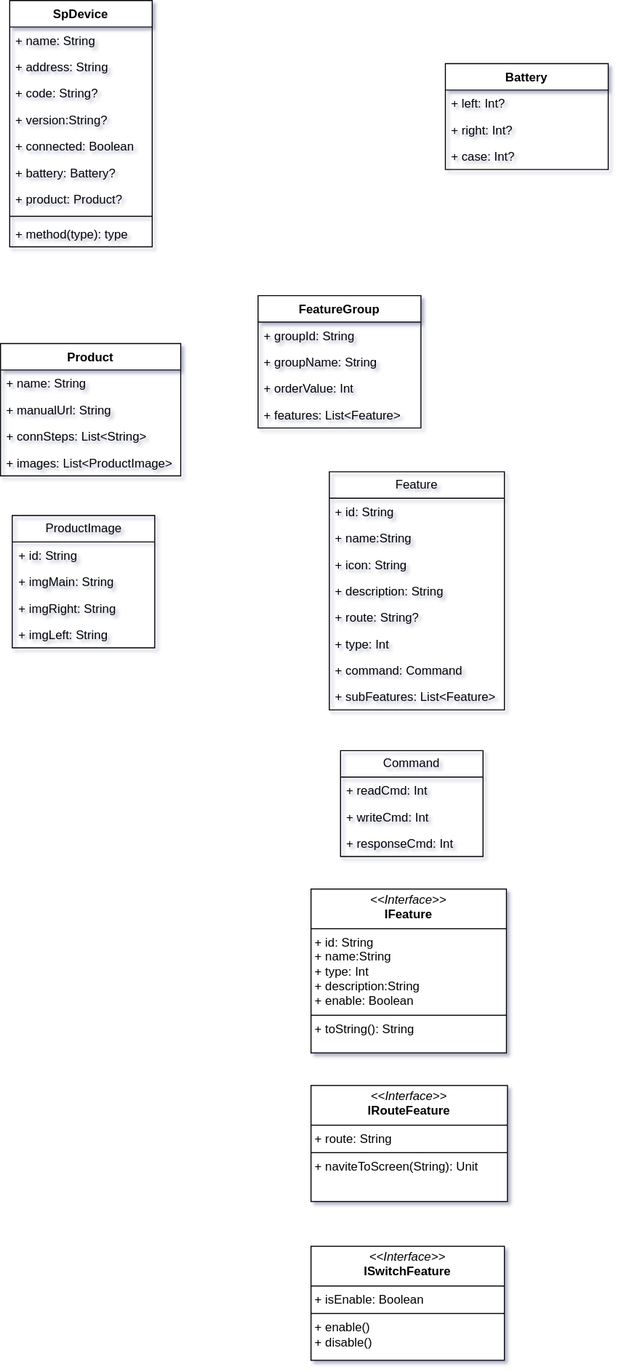
Before: 未命名绘图.drawio.svg, a diagram exported from draw.io (kekemao00/draw-libs). Source tidied: cells renumbered, new cells last; positions are measured from the earlier drawing's top-left corner, leaving out a move shared by most shapes.
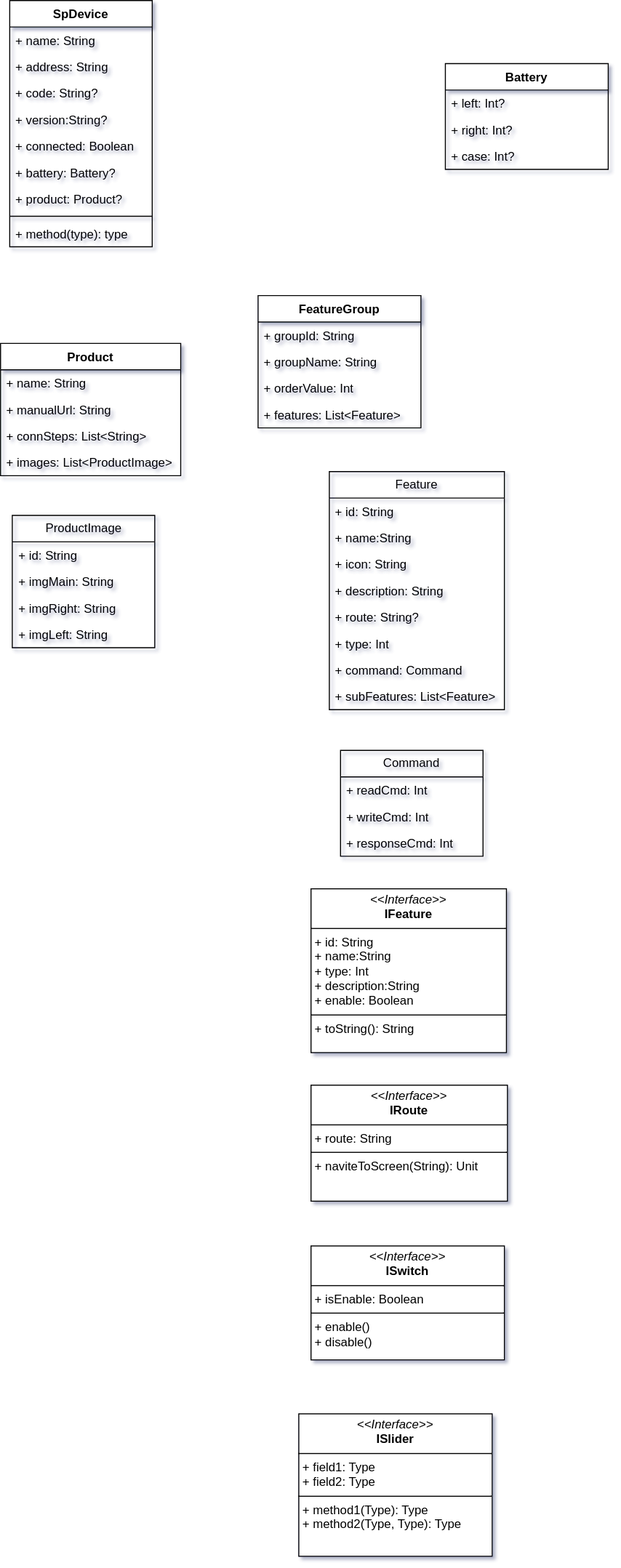
After the commit.

Commit message:
更新未命名绘图.drawio.svg

The edit, as a diff of the source:
```diff
@@ -131,11 +131,14 @@
     <mxCell id="44" value="&lt;p style=&quot;margin:0px;margin-top:4px;text-align:center;&quot;&gt;&lt;i&gt;&amp;lt;&amp;lt;Interface&amp;gt;&amp;gt;&lt;/i&gt;&lt;br&gt;&lt;b&gt;IFeature&lt;/b&gt;&lt;/p&gt;&lt;hr size=&quot;1&quot; style=&quot;border-style:solid;&quot;&gt;&lt;p style=&quot;margin:0px;margin-left:4px;&quot;&gt;+ id: String&lt;br&gt;+ name:String&lt;br&gt;+ type: Int&lt;br&gt;+ description:String&lt;br&gt;+&amp;nbsp;enable: Boolean&lt;/p&gt;&lt;hr size=&quot;1&quot; style=&quot;border-style:solid;&quot;&gt;&lt;p style=&quot;margin:0px;margin-left:4px;&quot;&gt;+ toString(): String&lt;br&gt;&lt;/p&gt;" style="verticalAlign=top;align=left;overflow=fill;html=1;whiteSpace=wrap;" parent="1" vertex="1">
       <mxGeometry x="305" y="873" width="192" height="161" as="geometry" />
     </mxCell>
-    <mxCell id="45" value="&lt;p style=&quot;margin:0px;margin-top:4px;text-align:center;&quot;&gt;&lt;i&gt;&amp;lt;&amp;lt;Interface&amp;gt;&amp;gt;&lt;/i&gt;&lt;br&gt;&lt;b&gt;ISwitchFeature&lt;/b&gt;&lt;/p&gt;&lt;hr size=&quot;1&quot; style=&quot;border-style:solid;&quot;&gt;&lt;p style=&quot;margin:0px;margin-left:4px;&quot;&gt;+ isEnable: Boolean&lt;br&gt;&lt;/p&gt;&lt;hr size=&quot;1&quot; style=&quot;border-style:solid;&quot;&gt;&lt;p style=&quot;margin:0px;margin-left:4px;&quot;&gt;+ enable()&lt;br&gt;+ disable()&lt;/p&gt;" style="verticalAlign=top;align=left;overflow=fill;html=1;whiteSpace=wrap;" parent="1" vertex="1">
+    <mxCell id="45" value="&lt;p style=&quot;margin:0px;margin-top:4px;text-align:center;&quot;&gt;&lt;i&gt;&amp;lt;&amp;lt;Interface&amp;gt;&amp;gt;&lt;/i&gt;&lt;br&gt;&lt;b&gt;ISwitch&lt;/b&gt;&lt;/p&gt;&lt;hr size=&quot;1&quot; style=&quot;border-style:solid;&quot;&gt;&lt;p style=&quot;margin:0px;margin-left:4px;&quot;&gt;+ isEnable: Boolean&lt;br&gt;&lt;/p&gt;&lt;hr size=&quot;1&quot; style=&quot;border-style:solid;&quot;&gt;&lt;p style=&quot;margin:0px;margin-left:4px;&quot;&gt;+ enable()&lt;br&gt;+ disable()&lt;/p&gt;" style="verticalAlign=top;align=left;overflow=fill;html=1;whiteSpace=wrap;" parent="1" vertex="1">
       <mxGeometry x="305" y="1224" width="190" height="112" as="geometry" />
     </mxCell>
-    <mxCell id="46" value="&lt;p style=&quot;margin:0px;margin-top:4px;text-align:center;&quot;&gt;&lt;i&gt;&amp;lt;&amp;lt;Interface&amp;gt;&amp;gt;&lt;/i&gt;&lt;br&gt;&lt;b&gt;IRouteFeature&lt;/b&gt;&lt;/p&gt;&lt;hr size=&quot;1&quot; style=&quot;border-style:solid;&quot;&gt;&lt;p style=&quot;margin:0px;margin-left:4px;&quot;&gt;+ route: String&lt;/p&gt;&lt;hr size=&quot;1&quot; style=&quot;border-style:solid;&quot;&gt;&lt;p style=&quot;margin:0px;margin-left:4px;&quot;&gt;+ naviteToScreen(String): Unit&lt;br&gt;&lt;/p&gt;" style="verticalAlign=top;align=left;overflow=fill;html=1;whiteSpace=wrap;" parent="1" vertex="1">
+    <mxCell id="46" value="&lt;p style=&quot;margin:0px;margin-top:4px;text-align:center;&quot;&gt;&lt;i&gt;&amp;lt;&amp;lt;Interface&amp;gt;&amp;gt;&lt;/i&gt;&lt;br&gt;&lt;b&gt;IRoute&lt;/b&gt;&lt;/p&gt;&lt;hr size=&quot;1&quot; style=&quot;border-style:solid;&quot;&gt;&lt;p style=&quot;margin:0px;margin-left:4px;&quot;&gt;+ route: String&lt;/p&gt;&lt;hr size=&quot;1&quot; style=&quot;border-style:solid;&quot;&gt;&lt;p style=&quot;margin:0px;margin-left:4px;&quot;&gt;+ naviteToScreen(String): Unit&lt;br&gt;&lt;/p&gt;" style="verticalAlign=top;align=left;overflow=fill;html=1;whiteSpace=wrap;" parent="1" vertex="1">
       <mxGeometry x="305" y="1066" width="193" height="114" as="geometry" />
     </mxCell>
+    <mxCell id="47" value="&lt;p style=&quot;margin:0px;margin-top:4px;text-align:center;&quot;&gt;&lt;i&gt;&amp;lt;&amp;lt;Interface&amp;gt;&amp;gt;&lt;/i&gt;&lt;br&gt;&lt;b&gt;ISlider&lt;/b&gt;&lt;/p&gt;&lt;hr size=&quot;1&quot; style=&quot;border-style:solid;&quot;&gt;&lt;p style=&quot;margin:0px;margin-left:4px;&quot;&gt;+ field1: Type&lt;br&gt;+ field2: Type&lt;/p&gt;&lt;hr size=&quot;1&quot; style=&quot;border-style:solid;&quot;&gt;&lt;p style=&quot;margin:0px;margin-left:4px;&quot;&gt;+ method1(Type): Type&lt;br&gt;+ method2(Type, Type): Type&lt;/p&gt;" style="verticalAlign=top;align=left;overflow=fill;html=1;whiteSpace=wrap;" parent="1" vertex="1">
+      <mxGeometry x="293" y="1389" width="190" height="140" as="geometry" />
+    </mxCell>
   </root>
 </mxGraphModel>
```
